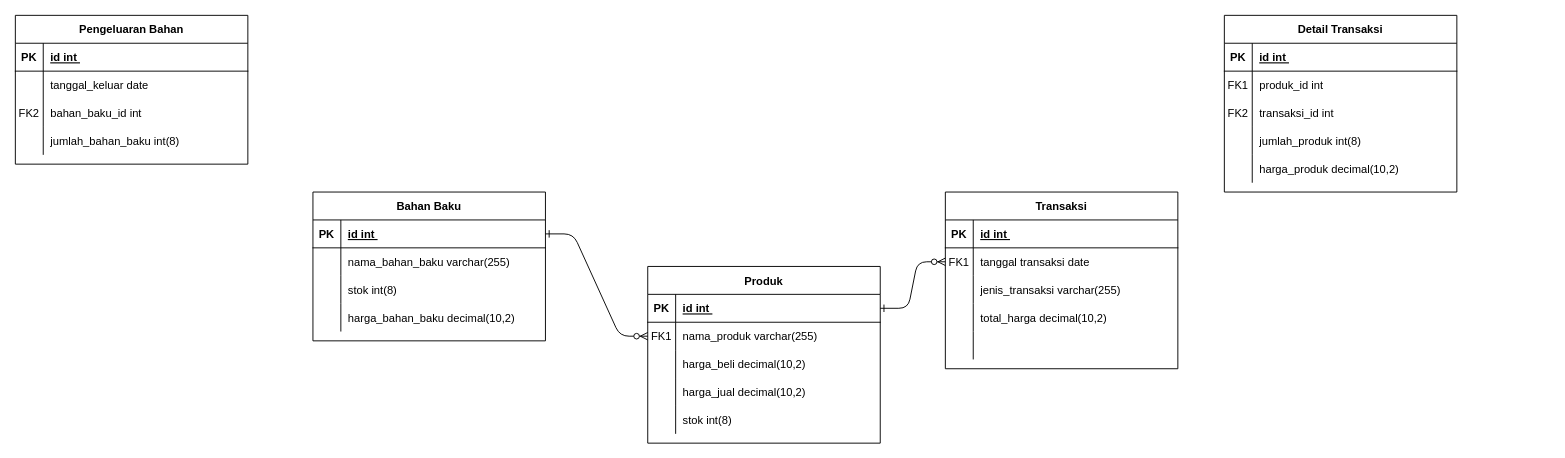
Earlier version of the draw.io diagram erd/Untitled Diagram.drawio (Adamyr159/Sistem-Stok-Barang-Tape-Uli). Source tidied: cells renumbered, new cells numbered last; positions are measured from the earlier drawing's top-left corner, leaving out a move shared by most shapes. Both pictures are drawn from the tidied source at 93%, with x=0, y=0 at pixel (15, 15).
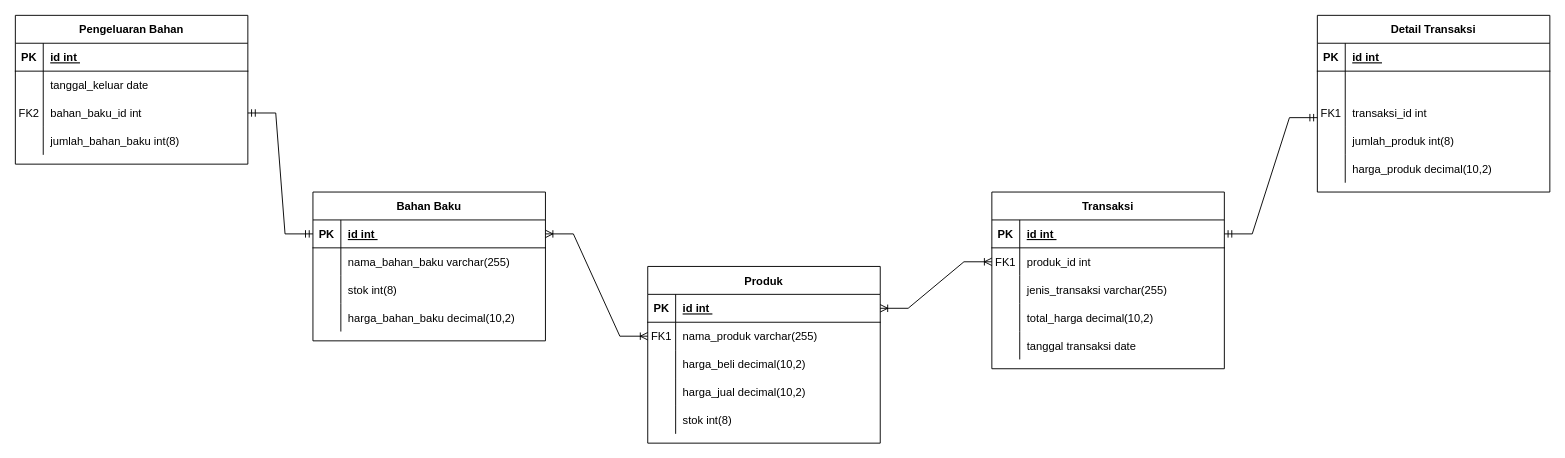
The same page after the edit.

Unchanged cells that the change refers to:
```xml
<mxCell id="5" style="shape=partialRectangle;fillColor=none;points=[[0,0.5],[1,0.5]];portConstraint=eastwest;top=0;left=0;right=0;bottom=1;" parent="4" vertex="1">
  <mxGeometry y="30" width="250" height="30" as="geometry" />
</mxCell>
<mxCell id="8" style="shape=partialRectangle;fillColor=none;points=[[0,0.5],[1,0.5]];portConstraint=eastwest;top=0;left=0;right=0;bottom=0;" parent="4" vertex="1">
  <mxGeometry y="60" width="250" height="30" as="geometry" />
</mxCell>
<mxCell id="21" style="shape=partialRectangle;fillColor=none;points=[[0,0.5],[1,0.5]];portConstraint=eastwest;top=0;left=0;right=0;bottom=1;" parent="20" vertex="1">
  <mxGeometry y="30" width="250" height="30" as="geometry" />
</mxCell>
<mxCell id="24" style="shape=partialRectangle;fillColor=none;points=[[0,0.5],[1,0.5]];portConstraint=eastwest;top=0;left=0;right=0;bottom=0;" parent="20" vertex="1">
  <mxGeometry y="60" width="250" height="30" as="geometry" />
</mxCell>
<mxCell id="37" style="shape=partialRectangle;fillColor=none;points=[[0,0.5],[1,0.5]];portConstraint=eastwest;top=0;left=0;right=0;bottom=1;" parent="36" vertex="1">
  <mxGeometry y="30" width="250" height="30" as="geometry" />
</mxCell>
<mxCell id="54" style="shape=partialRectangle;fillColor=none;top=0;left=0;right=0;bottom=0;" parent="50" vertex="1">
  <mxGeometry y="60" width="250" height="30" as="geometry" />
</mxCell>
<mxCell id="75" style="shape=partialRectangle;fillColor=none;points=[[0,0.5],[1,0.5]];portConstraint=eastwest;top=0;left=0;right=0;bottom=0;" parent="68" vertex="1">
  <mxGeometry y="90" width="250" height="30" as="geometry" />
</mxCell>
```

Diff of the diagram source:
```diff
@@
-    <mxCell id="2" style="edgeStyle=entityRelationEdgeStyle;endArrow=ERzeroToMany;startArrow=ERone;endFill=1;startFill=0;" parent="1" edge="1" source="37" target="8">
-      <mxGeometry relative="1" as="geometry" />
-    </mxCell>
-    <mxCell id="3" style="edgeStyle=entityRelationEdgeStyle;endArrow=ERzeroToMany;startArrow=ERone;endFill=1;startFill=0;" parent="1" edge="1" source="5" target="24">
-      <mxGeometry relative="1" as="geometry" />
-    </mxCell>
@@
     <mxCell id="20" value="Transaksi" style="shape=table;startSize=30;childLayout=tableLayout;rowLines=0;fontStyle=1;align=center;" parent="1" vertex="1">
-      <mxGeometry x="1000" y="190" width="250" height="190" as="geometry" />
+      <mxGeometry x="1050" y="190" width="250" height="190" as="geometry" />
     </mxCell>
@@
-    <mxCell id="26" value="tanggal transaksi date " style="shape=partialRectangle;overflow=hidden;fillColor=none;top=0;left=0;bottom=0;right=0;align=left;spacingLeft=6;" parent="24" vertex="1">
+    <mxCell id="26" value="produk_id int" style="shape=partialRectangle;overflow=hidden;fillColor=none;top=0;left=0;bottom=0;right=0;align=left;spacingLeft=6;" parent="24" vertex="1">
       <mxGeometry x="30" width="220" height="30" as="geometry" />
     </mxCell>
@@
     <mxCell id="49" style="group;" parent="1" vertex="1">
-      <mxGeometry x="1300" width="250" height="190" as="geometry" />
+      <mxGeometry x="1400" width="250" height="190" as="geometry" />
     </mxCell>
@@
-    <mxCell id="55" value="FK1" style="shape=partialRectangle;overflow=hidden;fillColor=none;top=0;left=0;bottom=0;right=0;" parent="54" vertex="1">
+    <mxCell id="55" style="shape=partialRectangle;overflow=hidden;fillColor=none;top=0;left=0;bottom=0;right=0;" parent="54" vertex="1">
       <mxGeometry width="30" height="30" as="geometry" />
     </mxCell>
-    <mxCell id="56" value="produk_id int" style="shape=partialRectangle;overflow=hidden;fillColor=none;top=0;left=0;bottom=0;right=0;align=left;spacingLeft=6;" parent="54" vertex="1">
+    <mxCell id="56" style="shape=partialRectangle;overflow=hidden;fillColor=none;top=0;left=0;bottom=0;right=0;align=left;spacingLeft=6;" parent="54" vertex="1">
       <mxGeometry x="30" width="220" height="30" as="geometry" />
     </mxCell>
@@
-    <mxCell id="66" value="FK2" style="shape=partialRectangle;overflow=hidden;fillColor=none;top=0;left=0;bottom=0;right=0;" parent="49" vertex="1">
+    <mxCell id="66" value="FK1" style="shape=partialRectangle;overflow=hidden;fillColor=none;top=0;left=0;bottom=0;right=0;" parent="49" vertex="1">
       <mxGeometry y="90" width="30" height="30" as="geometry" />
     </mxCell>
+    <mxCell id="82" style="edgeStyle=entityRelationEdgeStyle;fontSize=12;html=1;endArrow=ERmandOne;startArrow=ERmandOne;rounded=0;exitX=1;exitY=0.5;exitDx=0;exitDy=0;" parent="49" edge="1" source="21">
+      <mxGeometry relative="1" as="geometry">
+        <mxPoint y="110" as="targetPoint" />
+      </mxGeometry>
+    </mxCell>
@@
+    <mxCell id="2" style="edgeStyle=entityRelationEdgeStyle;fontSize=12;html=1;endArrow=ERoneToMany;startArrow=ERoneToMany;rounded=0;entryX=0;entryY=0.5;entryDx=0;entryDy=0;exitX=1;exitY=0.5;exitDx=0;exitDy=0;" parent="1" edge="1" source="37" target="8">
+      <mxGeometry relative="1" as="geometry" />
+    </mxCell>
+    <mxCell id="83" style="edgeStyle=entityRelationEdgeStyle;fontSize=12;html=1;endArrow=ERmandOne;startArrow=ERmandOne;rounded=0;entryX=1;entryY=0.5;entryDx=0;entryDy=0;exitX=0;exitY=0.5;exitDx=0;exitDy=0;" parent="1" edge="1" source="37" target="75">
+      <mxGeometry relative="1" as="geometry" />
+    </mxCell>
+    <mxCell id="84" style="edgeStyle=entityRelationEdgeStyle;fontSize=12;html=1;endArrow=ERoneToMany;startArrow=ERoneToMany;rounded=0;entryX=1;entryY=0.5;entryDx=0;entryDy=0;exitX=0;exitY=0.5;exitDx=0;exitDy=0;" parent="1" edge="1" source="24" target="5">
+      <mxGeometry relative="1" as="geometry" />
+    </mxCell>
+    <mxCell id="85" value="tanggal transaksi date " style="shape=partialRectangle;overflow=hidden;fillColor=none;top=0;left=0;bottom=0;right=0;align=left;spacingLeft=6;" parent="1" vertex="1">
+      <mxGeometry x="1080" y="340" width="220" height="30" as="geometry" />
+    </mxCell>
```
